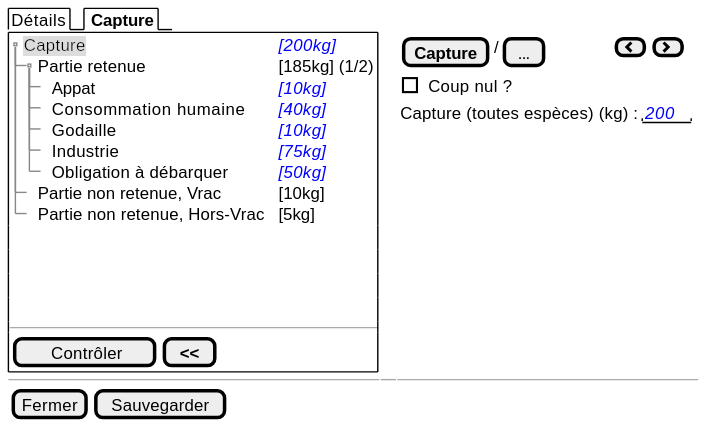
This is projects/obsmer/spe/images/batch/batch-tree-control.svg from sumaris-net/sumaris-doc, a PlantUML export, as it was before one commit. Its source is kept beside it as projects/obsmer/spe/images/batch/batch-tree-control.puml.
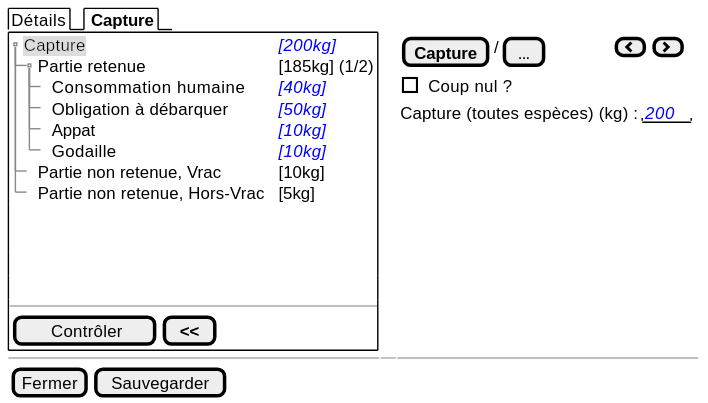
The same file after the commit.

The edit, as a diff of the source:
```diff
@@ -5,11 +5,10 @@
     {T
          + <back:#DDD>Capture         | <i><color:blue>[200kg]
          ++ Partie retenue       | [185kg] (1/2)
+       +++ Consommation humaine | <i><color:blue>[40kg]
+       +++ Obligation à débarquer| <i><color:blue>[50kg]
        +++ Appat | <i><color:blue>[10kg]
-       +++ Consommation humaine | <i><color:blue>[40kg]
        +++ Godaille | <i><color:blue>[10kg]
-       +++ Industrie | <i><color:blue>[75kg]
-       +++ Obligation à débarquer| <i><color:blue>[50kg]
          ++ Partie non retenue, Vrac      | [10kg]
          ++ Partie non retenue, Hors-Vrac | [5kg]
     }
```
